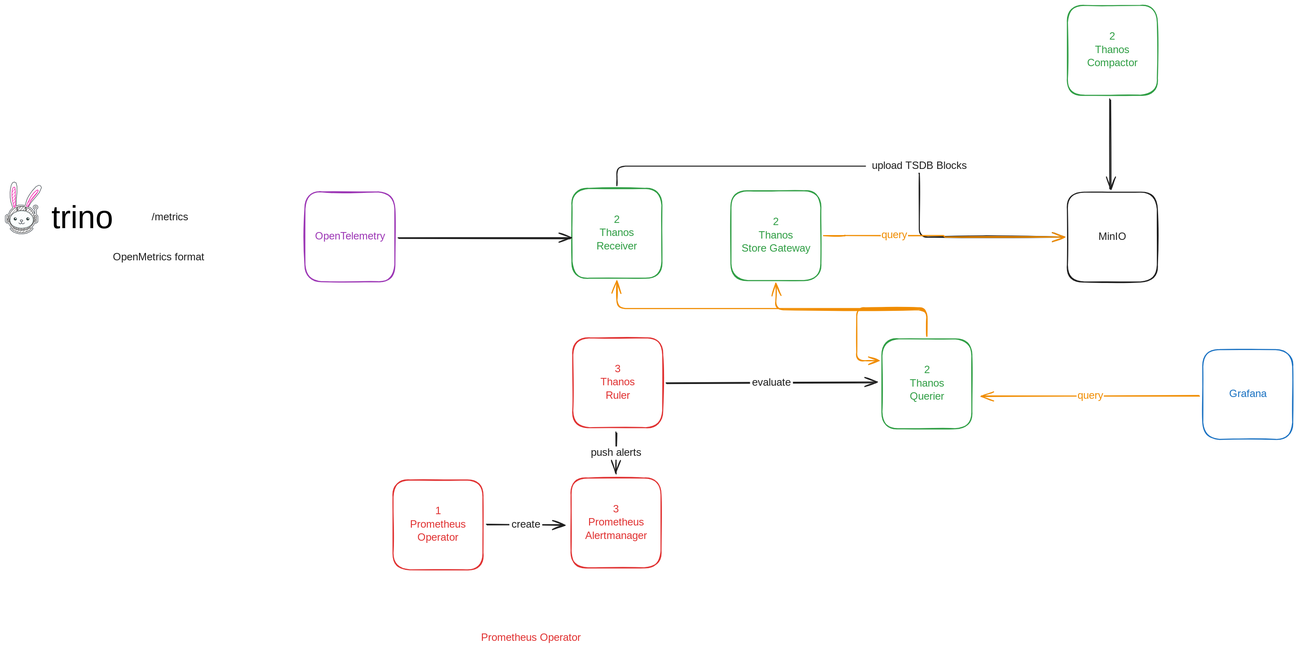
The Excalidraw diagram side-projects/retail-lakehouse/observability/assets/metrics.excalidraw.svg in kuanchoulai10/monorepo, before a commit. Source tidied: one line per element, renumbered; positions are measured from the earlier drawing's top-left corner, leaving out a move shared by most shapes.
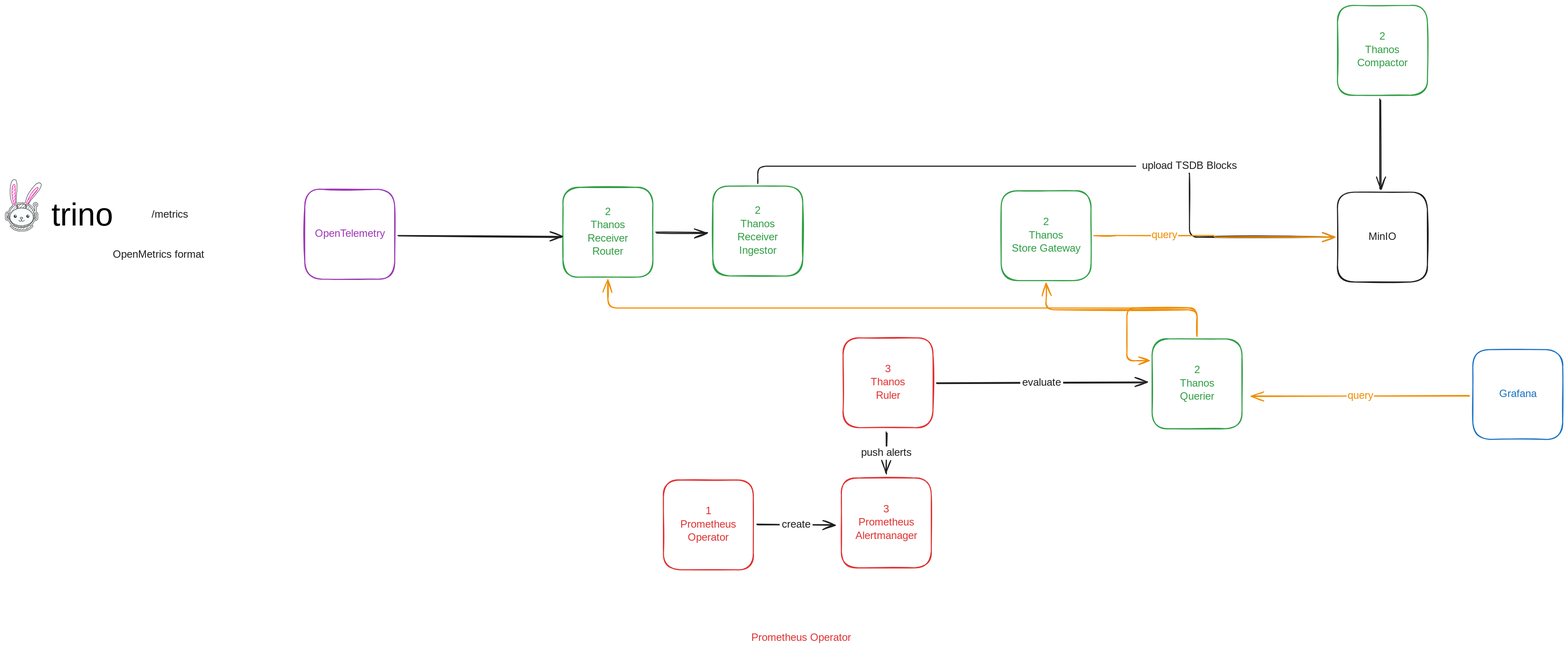
Later version of the same file.

The edit, as a diff of the source:
```diff
@@ -1,27 +1,27 @@
-{"id": 0, "type": "line", "strokeColor": "#495057", "strokeWidth": 1, "roughness": 0, "x": 14, "y": 382, "width": 68, "height": 98, "points": [[0, 0], [-6, 6], [-8, 12], [-11, 13], [-14, 15], [-14, 26], [-12, 29], [-8, 29], [-6, 33], [-2, 37], [-5, 39], [-3, 42], [2, 46], [7, 48], [12, 49], [20, 49], [26, 48], [32, 45], [36, 42], [38, 39], [36, 37], [39, 33], [41, 29], [44, 29], [46, 27], [47, 26], [48, 16], [46, 14], [45, 13], [45, 3], [46, 2], [48, 0], [47, -3], [46, -4], [45, -5], [42, -5], [41, -5], [39, -4], [38, -2], [39, 1], [42, 3], [42, 12], [40, 8], [38, 5], [34, 0], [29, -2], [35, -10], [44, -22], [50, -29], [54, -38], [53, -42], [49, -43], [44, -40], [37, -32], [31, -24], [28, -18], [25, -11], [24, -4], [18, -5], [11, -5], [7, -3], [7, -16], [8, -29], [8, -41], [6, -47], [3, -49], [0, -47], [-3, -43], [-4, -35], [-5, -29], [-5, -19], [-4, -11], [0, 0]]}
+{"id": 0, "type": "line", "strokeColor": "#495057", "strokeWidth": 1, "roughness": 0, "x": -497, "y": 377, "width": 68, "height": 98, "points": [[0, 0], [-6, 6], [-8, 12], [-11, 13], [-14, 15], [-14, 26], [-12, 29], [-8, 29], [-6, 33], [-2, 37], [-5, 39], [-3, 42], [2, 46], [7, 48], [12, 49], [20, 49], [26, 48], [32, 45], [36, 42], [38, 39], [36, 37], [39, 33], [41, 29], [44, 29], [46, 27], [47, 26], [48, 16], [46, 14], [45, 13], [45, 3], [46, 2], [48, 0], [47, -3], [46, -4], [45, -5], [42, -5], [41, -5], [39, -4], [38, -2], [39, 1], [42, 3], [42, 12], [40, 8], [38, 5], [34, 0], [29, -2], [35, -10], [44, -22], [50, -29], [54, -38], [53, -42], [49, -43], [44, -40], [37, -32], [31, -24], [28, -18], [25, -11], [24, -4], [18, -5], [11, -5], [7, -3], [7, -16], [8, -29], [8, -41], [6, -47], [3, -49], [0, -47], [-3, -43], [-4, -35], [-5, -29], [-5, -19], [-4, -11], [0, 0]]}
-{"id": 1, "type": "line", "strokeColor": "#1e1e1e", "backgroundColor": "#1e1e1e", "fillStyle": "hachure", "strokeWidth": 1, "roughness": 0, "x": 23, "y": 381, "width": 15, "height": 9, "points": [[0, 0], [0, 8], [3, 7], [7, 7], [11, 7], [15, 8], [15, 0], [12, -1], [5, -1], [0, 0]]}
+{"id": 1, "type": "line", "strokeColor": "#1e1e1e", "backgroundColor": "#1e1e1e", "fillStyle": "hachure", "strokeWidth": 1, "roughness": 0, "x": -487, "y": 376, "width": 15, "height": 9, "points": [[0, 0], [0, 8], [3, 7], [7, 7], [11, 7], [15, 8], [15, 0], [12, -1], [5, -1], [0, 0]]}
-{"id": 2, "type": "line", "strokeColor": "#ee009e", "backgroundColor": "#ee009e", "fillStyle": "hachure", "strokeWidth": 1, "roughness": 0, "x": 17, "y": 343, "width": 6, "height": 38, "points": [[0, 0], [-2, 2], [-4, 6], [-4, 10], [-4, 17], [-3, 24], [0, 38], [2, 37], [2, 28], [2, 17], [2, 6], [1, 1], [0, 0]]}
+{"id": 2, "type": "line", "strokeColor": "#ee009e", "backgroundColor": "#ee009e", "fillStyle": "hachure", "strokeWidth": 1, "roughness": 0, "x": -494, "y": 338, "width": 6, "height": 38, "points": [[0, 0], [-2, 2], [-4, 6], [-4, 10], [-4, 17], [-3, 24], [0, 38], [2, 37], [2, 28], [2, 17], [2, 6], [1, 1], [0, 0]]}
-{"id": 3, "type": "line", "strokeColor": "#ee009e", "backgroundColor": "#ee009e", "fillStyle": "hachure", "strokeWidth": 1, "roughness": 0, "x": 40, "y": 379, "width": 22, "height": 31, "points": [[0, 0], [3, 1], [4, -3], [8, -10], [12, -15], [16, -20], [20, -24], [22, -28], [22, -30], [20, -30], [15, -26], [9, -19], [6, -14], [3, -7], [0, 0]]}
+{"id": 3, "type": "line", "strokeColor": "#ee009e", "backgroundColor": "#ee009e", "fillStyle": "hachure", "strokeWidth": 1, "roughness": 0, "x": -471, "y": 374, "width": 22, "height": 31, "points": [[0, 0], [3, 1], [4, -3], [8, -10], [12, -15], [16, -20], [20, -24], [22, -28], [22, -30], [20, -30], [15, -26], [9, -19], [6, -14], [3, -7], [0, 0]]}
-{"id": 4, "type": "ellipse", "strokeColor": "#515151", "backgroundColor": "#515151", "fillStyle": "hachure", "strokeWidth": 1, "roughness": 0, "x": 55, "y": 380, "width": 4, "height": 3}
+{"id": 4, "type": "ellipse", "strokeColor": "#515151", "backgroundColor": "#515151", "fillStyle": "hachure", "strokeWidth": 1, "roughness": 0, "x": -455, "y": 375, "width": 4, "height": 3}
-{"id": 5, "type": "line", "strokeColor": "#515151", "backgroundColor": "#515151", "fillStyle": "hachure", "strokeWidth": 1, "roughness": 0, "x": 3, "y": 398, "width": 3, "height": 7, "points": [[0, 0], [1, -1], [3, -1], [3, 0], [3, 1], [3, 6], [0, 6], [0, 0]]}
+{"id": 5, "type": "line", "strokeColor": "#515151", "backgroundColor": "#515151", "fillStyle": "hachure", "strokeWidth": 1, "roughness": 0, "x": -508, "y": 393, "width": 3, "height": 7, "points": [[0, 0], [1, -1], [3, -1], [3, 0], [3, 1], [3, 6], [0, 6], [0, 0]]}
-{"id": 6, "type": "line", "strokeColor": "#515151", "backgroundColor": "#515151", "fillStyle": "hachure", "strokeWidth": 1, "roughness": 0, "x": 3, "y": 406, "width": 4, "height": 3, "points": [[0, 0], [3, 0], [3, 2], [4, 3], [1, 3], [0, 2], [0, 1]]}
+{"id": 6, "type": "line", "strokeColor": "#515151", "backgroundColor": "#515151", "fillStyle": "hachure", "strokeWidth": 1, "roughness": 0, "x": -508, "y": 401, "width": 4, "height": 3, "points": [[0, 0], [3, 0], [3, 2], [4, 3], [1, 3], [0, 2], [0, 1]]}
-{"id": 7, "type": "ellipse", "strokeColor": "#e4f6f5", "backgroundColor": "#e4f6f5", "fillStyle": "hachure", "strokeWidth": 1, "roughness": 0, "x": 10, "y": 389, "width": 42, "height": 31}
+{"id": 7, "type": "ellipse", "strokeColor": "#e4f6f5", "backgroundColor": "#e4f6f5", "fillStyle": "hachure", "strokeWidth": 1, "roughness": 0, "x": -501, "y": 384, "width": 42, "height": 31}
-{"id": 8, "type": "ellipse", "strokeColor": "#253734", "backgroundColor": "#253734", "fillStyle": "solid", "strokeWidth": 1, "roughness": 0, "x": 16, "y": 401, "width": 5, "height": 5}
+{"id": 8, "type": "ellipse", "strokeColor": "#253734", "backgroundColor": "#253734", "fillStyle": "solid", "strokeWidth": 1, "roughness": 0, "x": -494, "y": 396, "width": 5, "height": 5}
-{"id": 9, "type": "ellipse", "strokeColor": "#253734", "backgroundColor": "#253734", "fillStyle": "solid", "strokeWidth": 1, "roughness": 0, "x": 40, "y": 401, "width": 5, "height": 5}
+{"id": 9, "type": "ellipse", "strokeColor": "#253734", "backgroundColor": "#253734", "fillStyle": "solid", "strokeWidth": 1, "roughness": 0, "x": -470, "y": 396, "width": 5, "height": 5}
-{"id": 10, "type": "ellipse", "strokeColor": "#ffffff", "backgroundColor": "#ffffff", "fillStyle": "solid", "strokeWidth": 1, "roughness": 0, "x": 43, "y": 402, "width": 1, "height": 1}
+{"id": 10, "type": "ellipse", "strokeColor": "#ffffff", "backgroundColor": "#ffffff", "fillStyle": "solid", "strokeWidth": 1, "roughness": 0, "x": -468, "y": 397, "width": 1, "height": 1}
-{"id": 11, "type": "ellipse", "strokeColor": "#ffffff", "backgroundColor": "#ffffff", "fillStyle": "solid", "strokeWidth": 1, "roughness": 0, "x": 19, "y": 402, "width": 1, "height": 1}
+{"id": 11, "type": "ellipse", "strokeColor": "#ffffff", "backgroundColor": "#ffffff", "fillStyle": "solid", "strokeWidth": 1, "roughness": 0, "x": -492, "y": 397, "width": 1, "height": 1}
-{"id": 12, "type": "line", "strokeColor": "#515151", "backgroundColor": "#515151", "fillStyle": "hachure", "strokeWidth": 1, "roughness": 0, "x": 59, "y": 398, "width": 3, "height": 7, "points": [[0, 0], [-1, -1], [-3, -1], [-3, 0], [-3, 1], [-3, 6], [0, 6], [0, 0]]}
+{"id": 12, "type": "line", "strokeColor": "#515151", "backgroundColor": "#515151", "fillStyle": "hachure", "strokeWidth": 1, "roughness": 0, "x": -452, "y": 393, "width": 3, "height": 7, "points": [[0, 0], [-1, -1], [-3, -1], [-3, 0], [-3, 1], [-3, 6], [0, 6], [0, 0]]}
-{"id": 13, "type": "line", "strokeColor": "#515151", "backgroundColor": "#515151", "fillStyle": "hachure", "strokeWidth": 1, "roughness": 0, "x": 59, "y": 406, "width": 4, "height": 3, "points": [[0, 0], [-3, 0], [-3, 2], [-4, 3], [-1, 3], [0, 2], [0, 1]]}
+{"id": 13, "type": "line", "strokeColor": "#515151", "backgroundColor": "#515151", "fillStyle": "hachure", "strokeWidth": 1, "roughness": 0, "x": -452, "y": 401, "width": 4, "height": 3, "points": [[0, 0], [-3, 0], [-3, 2], [-4, 3], [-1, 3], [0, 2], [0, 1]]}
-{"id": 14, "type": "line", "strokeColor": "#515151", "backgroundColor": "#515151", "fillStyle": "hachure", "strokeWidth": 1, "roughness": 0, "x": 12, "y": 422, "width": 37, "height": 9, "points": [[0, 0], [2, -2], [5, 0], [9, 2], [14, 3], [21, 3], [25, 2], [29, 1], [35, -2], [37, 0], [34, 3], [30, 5], [26, 7], [21, 7], [17, 7], [12, 7], [8, 5], [5, 4], [2, 2], [0, 0]]}
+{"id": 14, "type": "line", "strokeColor": "#515151", "backgroundColor": "#515151", "fillStyle": "hachure", "strokeWidth": 1, "roughness": 0, "x": -498, "y": 417, "width": 37, "height": 9, "points": [[0, 0], [2, -2], [5, 0], [9, 2], [14, 3], [21, 3], [25, 2], [29, 1], [35, -2], [37, 0], [34, 3], [30, 5], [26, 7], [21, 7], [17, 7], [12, 7], [8, 5], [5, 4], [2, 2], [0, 0]]}
-{"id": 15, "type": "line", "strokeColor": "#515151", "backgroundColor": "#515151", "fillStyle": "hachure", "strokeWidth": 1, "roughness": 0, "x": 22, "y": 381, "width": 47, "height": 42, "points": [[0, 0], [0, 8], [-4, 10], [-7, 12], [-10, 15], [-12, 19], [-13, 22], [-13, 26], [-12, 29], [-10, 33], [-7, 35], [-2, 38], [2, 39], [7, 40], [12, 40], [17, 39], [21, 38], [25, 36], [28, 33], [30, 31], [31, 27], [31, 24], [31, 21], [30, 17], [28, 15], [25, 12], [23, 10], [18, 8], [18, 0], [22, 1], [25, 4], [28, 7], [31, 11], [32, 16], [33, 20], [33, 24], [32, 29], [30, 33], [27, 36], [23, 39], [19, 40], [14, 42], [10, 42], [5, 42], [0, 41], [-5, 39], [-8, 37], [-10, 34], [-12, 32], [-13, 29], [-14, 25], [-14, 20], [-14, 17], [-12, 12], [-11, 8], [-8, 5], [-6, 3], [-3, 1], [0, 0]]}
+{"id": 15, "type": "line", "strokeColor": "#515151", "backgroundColor": "#515151", "fillStyle": "hachure", "strokeWidth": 1, "roughness": 0, "x": -489, "y": 376, "width": 47, "height": 42, "points": [[0, 0], [0, 8], [-4, 10], [-7, 12], [-10, 15], [-12, 19], [-13, 22], [-13, 26], [-12, 29], [-10, 33], [-7, 35], [-2, 38], [2, 39], [7, 40], [12, 40], [17, 39], [21, 38], [25, 36], [28, 33], [30, 31], [31, 27], [31, 24], [31, 21], [30, 17], [28, 15], [25, 12], [23, 10], [18, 8], [18, 0], [22, 1], [25, 4], [28, 7], [31, 11], [32, 16], [33, 20], [33, 24], [32, 29], [30, 33], [27, 36], [23, 39], [19, 40], [14, 42], [10, 42], [5, 42], [0, 41], [-5, 39], [-8, 37], [-10, 34], [-12, 32], [-13, 29], [-14, 25], [-14, 20], [-14, 17], [-12, 12], [-11, 8], [-8, 5], [-6, 3], [-3, 1], [0, 0]]}
-{"id": 16, "type": "line", "strokeColor": "#495057", "backgroundColor": "#515151", "fillStyle": "hachure", "strokeWidth": 1, "roughness": 0, "x": 30, "y": 409, "width": 11, "height": 8, "points": [[0, 0], [-1, -1], [-2, -2], [-2, -3], [-1, -4], [0, -4], [2, -4], [2, -3], [2, -2], [2, -1], [0, 0], [0, 3], [2, 4], [4, 4], [6, 2], [4, 4], [2, 4], [0, 3], [-2, 4], [-3, 3], [-5, 2], [-3, 3], [-2, 4], [0, 3], [0, 0]]}
+{"id": 16, "type": "line", "strokeColor": "#495057", "backgroundColor": "#515151", "fillStyle": "hachure", "strokeWidth": 1, "roughness": 0, "x": -480, "y": 404, "width": 11, "height": 8, "points": [[0, 0], [-1, -1], [-2, -2], [-2, -3], [-1, -4], [0, -4], [2, -4], [2, -3], [2, -2], [2, -1], [0, 0], [0, 3], [2, 4], [4, 4], [6, 2], [4, 4], [2, 4], [0, 3], [-2, 4], [-3, 3], [-5, 2], [-3, 3], [-2, 4], [0, 3], [0, 0]]}
-{"id": 17, "type": "text", "text": "trino", "strokeColor": "#000000", "backgroundColor": "#000000", "fillStyle": "solid", "strokeWidth": 1, "roughness": 0, "fontSize": 59.88, "fontFamily": 1, "textAlign": "center", "x": 79, "y": 368, "width": 134, "height": 75}
+{"id": 17, "type": "text", "text": "trino", "strokeColor": "#000000", "backgroundColor": "#000000", "fillStyle": "solid", "strokeWidth": 1, "roughness": 0, "fontSize": 59.88, "fontFamily": 1, "textAlign": "center", "x": -432, "y": 363, "width": 134, "height": 75}
-{"id": 18, "type": "text", "text": "/metrics", "strokeColor": "#1e1e1e", "strokeWidth": 2, "roughness": 1, "fontSize": 20, "fontFamily": 5, "x": 276, "y": 388, "width": 81, "height": 25}
+{"id": 18, "type": "text", "text": "/metrics", "strokeColor": "#1e1e1e", "strokeWidth": 2, "roughness": 1, "fontSize": 20, "fontFamily": 5, "x": -235, "y": 383, "width": 81, "height": 25}
-{"id": 19, "type": "text", "text": "OpenMetrics format", "strokeColor": "#1e1e1e", "strokeWidth": 2, "roughness": 1, "fontSize": 20, "fontFamily": 5, "x": 203, "y": 464, "width": 193, "height": 25}
+{"id": 19, "type": "text", "text": "OpenMetrics format", "strokeColor": "#1e1e1e", "strokeWidth": 2, "roughness": 1, "fontSize": 20, "fontFamily": 5, "x": -308, "y": 459, "width": 193, "height": 25}
 {"id": 20, "type": "rectangle", "strokeColor": "#e03131", "strokeWidth": 2, "roughness": 1, "round": true, "x": 731, "y": 896, "width": 170, "height": 170}
 {"id": 21, "type": "text", "text": "1\nPrometheus\nOperator", "strokeColor": "#e03131", "strokeWidth": 2, "roughness": 1, "fontSize": 20, "fontFamily": 5, "textAlign": "center", "verticalAlign": "middle", "inside": 20, "x": 760, "y": 943, "width": 113, "height": 75}
-{"id": 22, "type": "rectangle", "strokeColor": "#2f9e44", "strokeWidth": 2, "roughness": 1, "round": true, "x": 1069, "y": 345, "width": 170, "height": 170}
+{"id": 22, "type": "rectangle", "strokeColor": "#2f9e44", "strokeWidth": 2, "roughness": 1, "round": true, "x": 542, "y": 343, "width": 170, "height": 170}
-{"id": 23, "type": "text", "text": "2\nThanos\nReceiver", "strokeColor": "#2f9e44", "strokeWidth": 2, "roughness": 1, "fontSize": 20, "fontFamily": 5, "textAlign": "center", "verticalAlign": "middle", "inside": 22, "x": 1113, "y": 393, "width": 81, "height": 75}
+{"id": 23, "type": "text", "text": "2\nThanos\nReceiver\nRouter", "strokeColor": "#2f9e44", "strokeWidth": 2, "roughness": 1, "fontSize": 20, "fontFamily": 5, "textAlign": "center", "verticalAlign": "middle", "inside": 22, "x": 586, "y": 378, "width": 81, "height": 100}
 {"id": 24, "type": "rectangle", "strokeColor": "#2f9e44", "strokeWidth": 2, "roughness": 1, "round": true, "x": 1369, "y": 350, "width": 170, "height": 170}
 {"id": 25, "type": "text", "text": "2\nThanos\nStore Gateway", "strokeColor": "#2f9e44", "strokeWidth": 2, "roughness": 1, "fontSize": 20, "fontFamily": 5, "textAlign": "center", "verticalAlign": "middle", "inside": 24, "x": 1380, "y": 397, "width": 146, "height": 75}
 {"id": 26, "type": "rectangle", "strokeColor": "#2f9e44", "strokeWidth": 2, "roughness": 1, "round": true, "x": 1654, "y": 630, "width": 170, "height": 170}
@@ -35,9 +35,9 @@
 {"id": 34, "type": "rectangle", "strokeColor": "#1e1e1e", "strokeWidth": 2, "roughness": 1, "round": true, "x": 2004, "y": 353, "width": 170, "height": 170}
 {"id": 35, "type": "text", "text": "MinIO", "strokeColor": "#1e1e1e", "strokeWidth": 2, "roughness": 1, "fontSize": 20, "fontFamily": 5, "textAlign": "center", "verticalAlign": "middle", "inside": 34, "x": 2060, "y": 425, "width": 57, "height": 25}
 {"id": 36, "type": "arrow", "strokeColor": "#1e1e1e", "strokeWidth": 2, "roughness": 1, "endArrowhead": "arrow", "round": true, "from": 28, "to": 34, "x": 2084, "y": 177, "width": 0, "height": 169, "points": [[0, 0], [0, 169]]}
-{"id": 37, "type": "rectangle", "strokeColor": "#9c36b5", "strokeWidth": 2, "roughness": 1, "round": true, "x": 565, "y": 352, "width": 170, "height": 170}
+{"id": 37, "type": "rectangle", "strokeColor": "#9c36b5", "strokeWidth": 2, "roughness": 1, "round": true, "x": 55, "y": 347, "width": 170, "height": 170}
-{"id": 38, "type": "text", "text": "OpenTelemetry", "strokeColor": "#9c36b5", "strokeWidth": 2, "roughness": 1, "fontSize": 20, "fontFamily": 5, "textAlign": "center", "verticalAlign": "middle", "inside": 37, "x": 579, "y": 424, "width": 142, "height": 25}
+{"id": 38, "type": "text", "text": "OpenTelemetry", "strokeColor": "#9c36b5", "strokeWidth": 2, "roughness": 1, "fontSize": 20, "fontFamily": 5, "textAlign": "center", "verticalAlign": "middle", "inside": 37, "x": 68, "y": 419, "width": 142, "height": 25}
-{"id": 39, "type": "arrow", "strokeColor": "#1e1e1e", "strokeWidth": 2, "roughness": 1, "endArrowhead": "arrow", "round": true, "from": 37, "to": 22, "x": 743, "y": 440, "width": 324, "height": 0, "points": [[0, 0], [324, 0]]}
+{"id": 39, "type": "arrow", "strokeColor": "#1e1e1e", "strokeWidth": 2, "roughness": 1, "endArrowhead": "arrow", "round": true, "from": 37, "to": 22, "x": 232, "y": 435, "width": 308, "height": 2, "points": [[0, 0], [308, 2]]}
 {"id": 40, "type": "arrow", "strokeColor": "#1e1e1e", "strokeWidth": 2, "roughness": 1, "endArrowhead": "arrow", "round": true, "from": 32, "to": 30, "x": 1153, "y": 806, "width": 0, "height": 78, "points": [[0, 0], [0, 78]]}
 {"id": 41, "type": "text", "text": "push alerts", "strokeColor": "#1e1e1e", "strokeWidth": 2, "roughness": 1, "fontSize": 20, "fontFamily": 5, "textAlign": "center", "verticalAlign": "middle", "inside": 40, "x": 1099, "y": 829, "width": 109, "height": 25}
 {"id": 42, "type": "arrow", "strokeColor": "#1e1e1e", "strokeWidth": 2, "roughness": 1, "endArrowhead": "arrow", "round": true, "from": 20, "to": 30, "x": 909, "y": 981, "width": 146, "height": 0, "points": [[0, 0], [146, 0]]}
@@ -49,10 +49,13 @@
 {"id": 48, "type": "arrow", "strokeColor": "#f08c00", "strokeWidth": 2, "roughness": 1, "endArrowhead": "arrow", "round": true, "from": 46, "to": 26, "x": 2253, "y": 738, "width": 412, "height": 1, "points": [[0, 0], [-412, 1]]}
 {"id": 49, "type": "text", "text": "query", "strokeColor": "#f08c00", "strokeWidth": 2, "roughness": 1, "fontSize": 20, "fontFamily": 5, "textAlign": "center", "verticalAlign": "middle", "inside": 48, "x": 2023, "y": 724, "width": 51, "height": 25}
 {"id": 50, "type": "arrow", "strokeColor": "#f08c00", "strokeWidth": 2, "roughness": 1, "endArrowhead": "arrow", "from": 26, "to": 24, "x": 1738, "y": 625, "width": 285, "height": 100, "points": [[0, 0], [0, -50], [-285, -50], [-285, -100]]}
-{"id": 51, "type": "arrow", "strokeColor": "#f08c00", "strokeWidth": 2, "roughness": 1, "endArrowhead": "arrow", "from": 26, "to": 22, "x": 1738, "y": 625, "width": 585, "height": 104, "points": [[0, 0], [0, -52], [-585, -52], [-585, -104]]}
+{"id": 51, "type": "arrow", "strokeColor": "#f08c00", "strokeWidth": 2, "roughness": 1, "endArrowhead": "arrow", "from": 26, "to": 22, "x": 1738, "y": 625, "width": 1112, "height": 107, "points": [[0, 0], [0, -53], [-1112, -53], [-1112, -107]]}
 {"id": 52, "type": "arrow", "strokeColor": "#f08c00", "strokeWidth": 2, "roughness": 1, "endArrowhead": "arrow", "from": 26, "to": 26, "x": 1738, "y": 625, "width": 132, "height": 100, "points": [[0, 0], [0, -54], [-132, -54], [-132, 46], [-90, 46]]}
-{"id": 53, "type": "arrow", "strokeColor": "#1e1e1e", "strokeWidth": 2, "roughness": 1, "endArrowhead": "arrow", "from": 22, "to": 34, "x": 1154, "y": 340, "width": 845, "height": 134, "points": [[0, 0], [0, -37], [571, -37], [571, 97], [845, 97]]}
+{"id": 53, "type": "arrow", "strokeColor": "#1e1e1e", "strokeWidth": 2, "roughness": 1, "endArrowhead": "arrow", "from": 58, "to": 34, "x": 909, "y": 336, "width": 1089, "height": 134, "points": [[0, 0], [0, -33], [815, -33], [815, 101], [1089, 101]]}
 {"id": 54, "type": "text", "text": "upload TSDB Blocks", "strokeColor": "#1e1e1e", "strokeWidth": 2, "roughness": 1, "fontSize": 20, "fontFamily": 5, "textAlign": "center", "verticalAlign": "middle", "inside": 53, "x": 1623, "y": 291, "width": 202, "height": 25}
 {"id": 55, "type": "arrow", "strokeColor": "#f08c00", "strokeWidth": 2, "roughness": 1, "endArrowhead": "arrow", "from": 24, "to": 34, "x": 1543, "y": 435, "width": 455, "height": 3, "points": [[0, 0], [40, 0], [40, 0], [228, 0], [228, 3], [455, 3]]}
 {"id": 56, "type": "text", "text": "query", "strokeColor": "#f08c00", "strokeWidth": 2, "roughness": 1, "fontSize": 20, "fontFamily": 5, "textAlign": "center", "verticalAlign": "middle", "inside": 55, "x": 1745, "y": 423, "width": 51, "height": 25}
 {"id": 57, "type": "text", "text": "Prometheus Operator", "strokeColor": "#e03131", "strokeWidth": 2, "roughness": 1, "fontSize": 20, "fontFamily": 5, "x": 897, "y": 1182, "width": 208, "height": 25}
+{"id": 58, "type": "rectangle", "strokeColor": "#2f9e44", "strokeWidth": 2, "roughness": 1, "round": true, "x": 825, "y": 341, "width": 170, "height": 170}
+{"id": 59, "type": "text", "text": "2\nThanos\nReceiver\nIngestor", "strokeColor": "#2f9e44", "strokeWidth": 2, "roughness": 1, "fontSize": 20, "fontFamily": 5, "textAlign": "center", "verticalAlign": "middle", "inside": 58, "x": 867, "y": 376, "width": 85, "height": 100}
+{"id": 60, "type": "arrow", "strokeColor": "#1e1e1e", "strokeWidth": 2, "roughness": 1, "endArrowhead": "arrow", "round": true, "from": 22, "to": 58, "x": 718, "y": 429, "width": 97, "height": 0, "points": [[0, 0], [97, 0]]}
```
